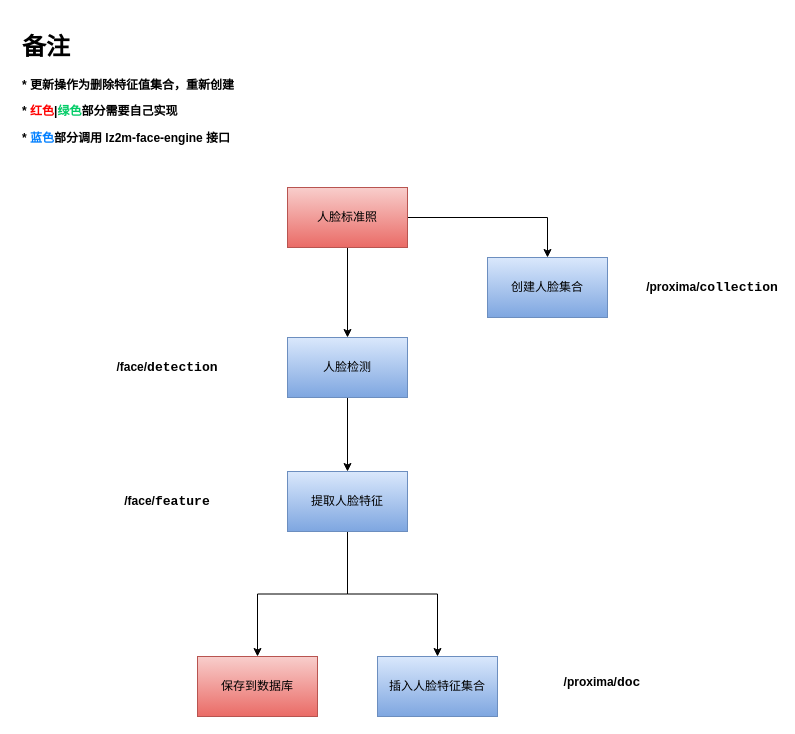
Above: 人脸标准照维护.drawio in liz2m/draw.images (draw.io), before the change. Source tidied: cells renumbered, new cells numbered last; positions are measured from the earlier drawing's top-left corner, leaving out a move shared by most shapes. Both pictures are drawn from the tidied source at 100%, with x=0, y=0 at pixel (17, 27).
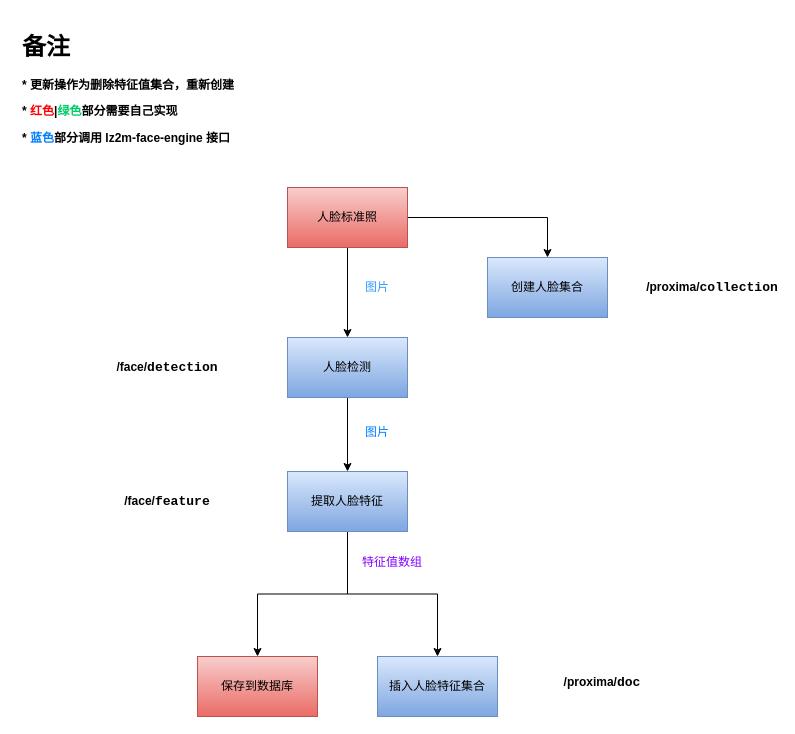
The same diagram, later.

Commit message (it also covers changes not shown here):
Update 人脸标准照维护.drawio

Diff of the diagram source:
```diff
@@
+    <mxCell id="18" value="图片" style="text;html=1;strokeColor=none;fillColor=none;align=center;verticalAlign=middle;whiteSpace=wrap;rounded=0;fontColor=#3399FF;" parent="1" vertex="1">
+      <mxGeometry x="330" y="245" width="60" height="30" as="geometry" />
+    </mxCell>
+    <mxCell id="19" value="图片" style="text;html=1;strokeColor=none;fillColor=none;align=center;verticalAlign=middle;whiteSpace=wrap;rounded=0;fontColor=#007FFF;" parent="1" vertex="1">
+      <mxGeometry x="330" y="390" width="60" height="30" as="geometry" />
+    </mxCell>
+    <mxCell id="20" value="特征值数组" style="text;html=1;strokeColor=none;fillColor=none;align=center;verticalAlign=middle;whiteSpace=wrap;rounded=0;fontColor=#7F00FF;" parent="1" vertex="1">
+      <mxGeometry x="330" y="520" width="90" height="30" as="geometry" />
+    </mxCell>
```
